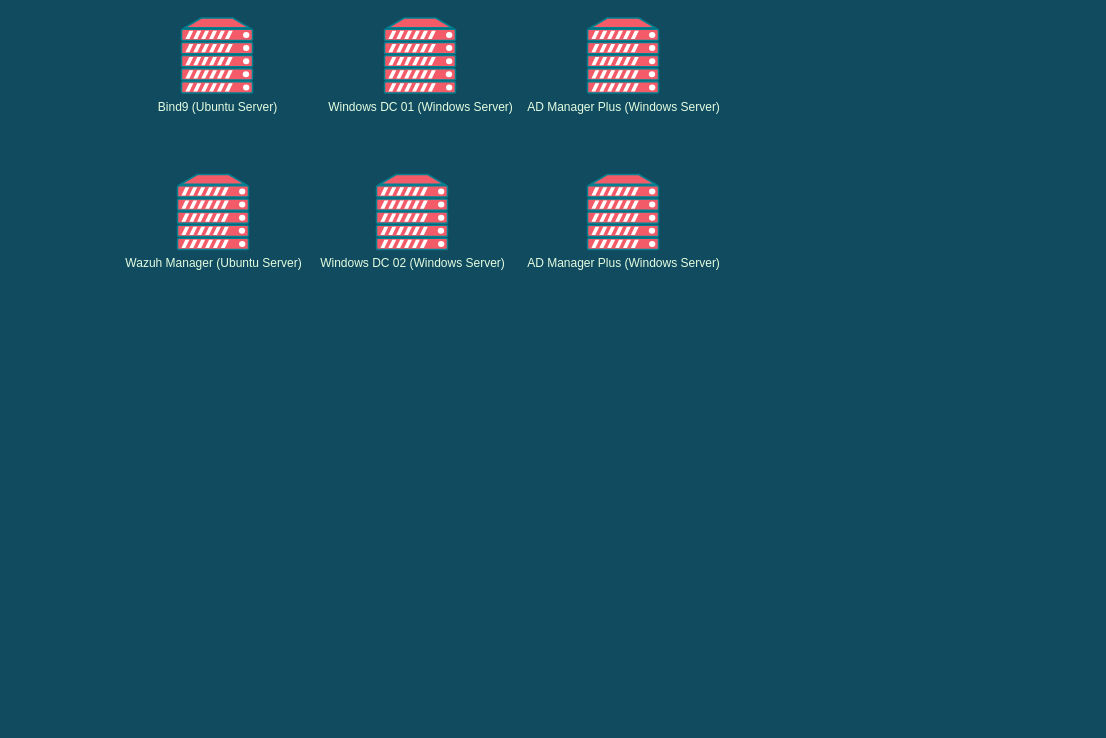
Before: HomeLab_Architecture.drawio in Unsoundocean2022/Draw_IO_Diagrams-, a draw.io diagram. Source tidied: cells renumbered, new cells numbered last; positions are measured from the earlier drawing's top-left corner, leaving out a move shared by most shapes. Both pictures are drawn from the tidied source at 100%, with x=0, y=0 at pixel (177, 18).
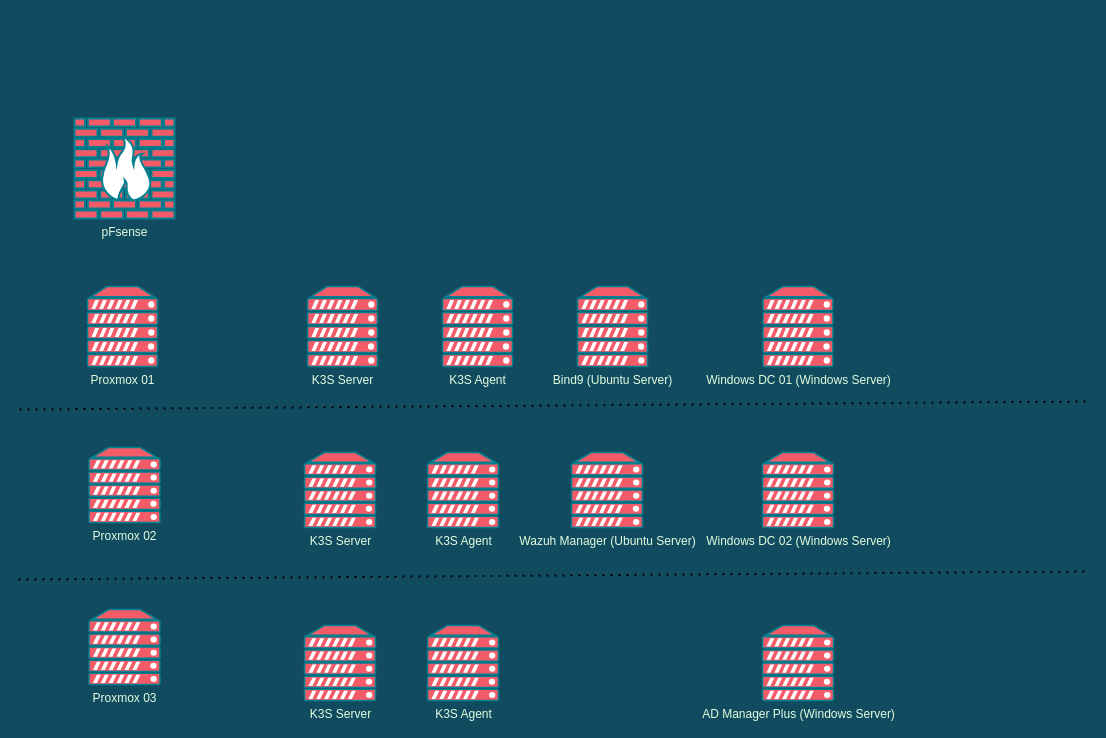
Above is the later version.

What changed in the source:
```diff
@@
     <mxCell id="2" value="Bind9 (Ubuntu Server)" style="fontColor=#E4FDE1;verticalAlign=top;verticalLabelPosition=bottom;labelPosition=center;align=center;html=1;fillColor=#F45B69;strokeColor=#028090;gradientDirection=north;strokeWidth=2;shape=mxgraph.networks.server;" parent="1" vertex="1">
-      <mxGeometry x="4" y="-0.5" width="71" height="75" as="geometry" />
+      <mxGeometry x="400" y="268" width="70" height="80" as="geometry" />
     </mxCell>
     <mxCell id="3" value="Wazuh Manager (Ubuntu Server)" style="fontColor=#E4FDE1;verticalAlign=top;verticalLabelPosition=bottom;labelPosition=center;align=center;html=1;fillColor=#F45B69;strokeColor=#028090;gradientDirection=north;strokeWidth=2;shape=mxgraph.networks.server;" parent="1" vertex="1">
-      <mxGeometry y="156" width="71" height="75" as="geometry" />
+      <mxGeometry x="394" y="434" width="71" height="75" as="geometry" />
     </mxCell>
     <mxCell id="4" value="Windows DC 01 (Windows Server)" style="fontColor=#E4FDE1;verticalAlign=top;verticalLabelPosition=bottom;labelPosition=center;align=center;html=1;fillColor=#F45B69;strokeColor=#028090;gradientDirection=north;strokeWidth=2;shape=mxgraph.networks.server;" parent="1" vertex="1">
-      <mxGeometry x="207" y="-0.5" width="71" height="75" as="geometry" />
+      <mxGeometry x="585.5" y="268" width="70" height="80" as="geometry" />
     </mxCell>
     <mxCell id="5" value="Windows DC 02 (Windows Server)" style="fontColor=#E4FDE1;verticalAlign=top;verticalLabelPosition=bottom;labelPosition=center;align=center;html=1;fillColor=#F45B69;strokeColor=#028090;gradientDirection=north;strokeWidth=2;shape=mxgraph.networks.server;" parent="1" vertex="1">
-      <mxGeometry x="199" y="156" width="71" height="75" as="geometry" />
+      <mxGeometry x="585" y="434" width="71" height="75" as="geometry" />
     </mxCell>
     <mxCell id="6" value="AD Manager Plus (Windows Server)" style="fontColor=#E4FDE1;verticalAlign=top;verticalLabelPosition=bottom;labelPosition=center;align=center;html=1;fillColor=#F45B69;strokeColor=#028090;gradientDirection=north;strokeWidth=2;shape=mxgraph.networks.server;" parent="1" vertex="1">
-      <mxGeometry x="410" y="-0.5" width="71" height="75" as="geometry" />
+      <mxGeometry x="585" y="607" width="71" height="75" as="geometry" />
     </mxCell>
-    <mxCell id="7" value="AD Manager Plus (Windows Server)" style="fontColor=#E4FDE1;verticalAlign=top;verticalLabelPosition=bottom;labelPosition=center;align=center;html=1;fillColor=#F45B69;strokeColor=#028090;gradientDirection=north;strokeWidth=2;shape=mxgraph.networks.server;" parent="1" vertex="1">
-      <mxGeometry x="410" y="156" width="71" height="75" as="geometry" />
-    </mxCell>
+    <mxCell id="8" value="pFsense" style="fontColor=#E4FDE1;verticalAlign=top;verticalLabelPosition=bottom;labelPosition=center;align=center;html=1;fillColor=#F45B69;strokeColor=#028090;gradientDirection=north;strokeWidth=2;shape=mxgraph.networks.firewall;" parent="1" vertex="1">
+      <mxGeometry x="-103" y="100" width="100" height="100" as="geometry" />
+    </mxCell>
+    <mxCell id="9" value="Proxmox 02" style="fontColor=#E4FDE1;verticalAlign=top;verticalLabelPosition=bottom;labelPosition=center;align=center;html=1;fillColor=#F45B69;strokeColor=#028090;gradientDirection=north;strokeWidth=2;shape=mxgraph.networks.server;" parent="1" vertex="1">
+      <mxGeometry x="-88.5" y="429" width="71" height="75" as="geometry" />
+    </mxCell>
+    <mxCell id="10" value="K3S Server" style="fontColor=#E4FDE1;verticalAlign=top;verticalLabelPosition=bottom;labelPosition=center;align=center;html=1;fillColor=#F45B69;strokeColor=#028090;gradientDirection=north;strokeWidth=2;shape=mxgraph.networks.server;" parent="1" vertex="1">
+      <mxGeometry x="130" y="268" width="70" height="80" as="geometry" />
+    </mxCell>
+    <mxCell id="11" value="K3S Agent" style="fontColor=#E4FDE1;verticalAlign=top;verticalLabelPosition=bottom;labelPosition=center;align=center;html=1;fillColor=#F45B69;strokeColor=#028090;gradientDirection=north;strokeWidth=2;shape=mxgraph.networks.server;" parent="1" vertex="1">
+      <mxGeometry x="265" y="268" width="70" height="80" as="geometry" />
+    </mxCell>
+    <mxCell id="12" value="K3S Server" style="fontColor=#E4FDE1;verticalAlign=top;verticalLabelPosition=bottom;labelPosition=center;align=center;html=1;fillColor=#F45B69;strokeColor=#028090;gradientDirection=north;strokeWidth=2;shape=mxgraph.networks.server;" parent="1" vertex="1">
+      <mxGeometry x="127" y="434" width="71" height="75" as="geometry" />
+    </mxCell>
+    <mxCell id="13" value="K3S Agent" style="fontColor=#E4FDE1;verticalAlign=top;verticalLabelPosition=bottom;labelPosition=center;align=center;html=1;fillColor=#F45B69;strokeColor=#028090;gradientDirection=north;strokeWidth=2;shape=mxgraph.networks.server;" parent="1" vertex="1">
+      <mxGeometry x="250" y="434" width="71" height="75" as="geometry" />
+    </mxCell>
+    <mxCell id="14" value="K3S Server" style="fontColor=#E4FDE1;verticalAlign=top;verticalLabelPosition=bottom;labelPosition=center;align=center;html=1;fillColor=#F45B69;strokeColor=#028090;gradientDirection=north;strokeWidth=2;shape=mxgraph.networks.server;" parent="1" vertex="1">
+      <mxGeometry x="127" y="607" width="71" height="75" as="geometry" />
+    </mxCell>
+    <mxCell id="15" value="K3S Agent" style="fontColor=#E4FDE1;verticalAlign=top;verticalLabelPosition=bottom;labelPosition=center;align=center;html=1;fillColor=#F45B69;strokeColor=#028090;gradientDirection=north;strokeWidth=2;shape=mxgraph.networks.server;" parent="1" vertex="1">
+      <mxGeometry x="250" y="607" width="71" height="75" as="geometry" />
+    </mxCell>
+    <mxCell id="16" value="Proxmox 01" style="fontColor=#E4FDE1;verticalAlign=top;verticalLabelPosition=bottom;labelPosition=center;align=center;html=1;fillColor=#F45B69;strokeColor=#028090;gradientDirection=north;strokeWidth=2;shape=mxgraph.networks.server;" parent="1" vertex="1">
+      <mxGeometry x="-90" y="268" width="70" height="80" as="geometry" />
+    </mxCell>
+    <mxCell id="17" value="Proxmox 03" style="fontColor=#E4FDE1;verticalAlign=top;verticalLabelPosition=bottom;labelPosition=center;align=center;html=1;fillColor=#F45B69;strokeColor=#028090;gradientDirection=north;strokeWidth=2;shape=mxgraph.networks.server;" parent="1" vertex="1">
+      <mxGeometry x="-88.5" y="591" width="71" height="75" as="geometry" />
+    </mxCell>
+    <mxCell id="18" style="endArrow=none;dashed=1;html=1;dashPattern=1 3;strokeWidth=2;rounded=0;" parent="1" edge="1">
+      <mxGeometry relative="1" as="geometry">
+        <mxPoint x="-158" y="391" as="sourcePoint" />
+        <mxPoint x="910" y="383" as="targetPoint" />
+      </mxGeometry>
+    </mxCell>
+    <mxCell id="19" style="endArrow=none;dashed=1;html=1;dashPattern=1 3;strokeWidth=2;rounded=0;" parent="1" edge="1">
+      <mxGeometry relative="1" as="geometry">
+        <mxPoint x="-159" y="561" as="sourcePoint" />
+        <mxPoint x="909" y="553" as="targetPoint" />
+      </mxGeometry>
+    </mxCell>
```
